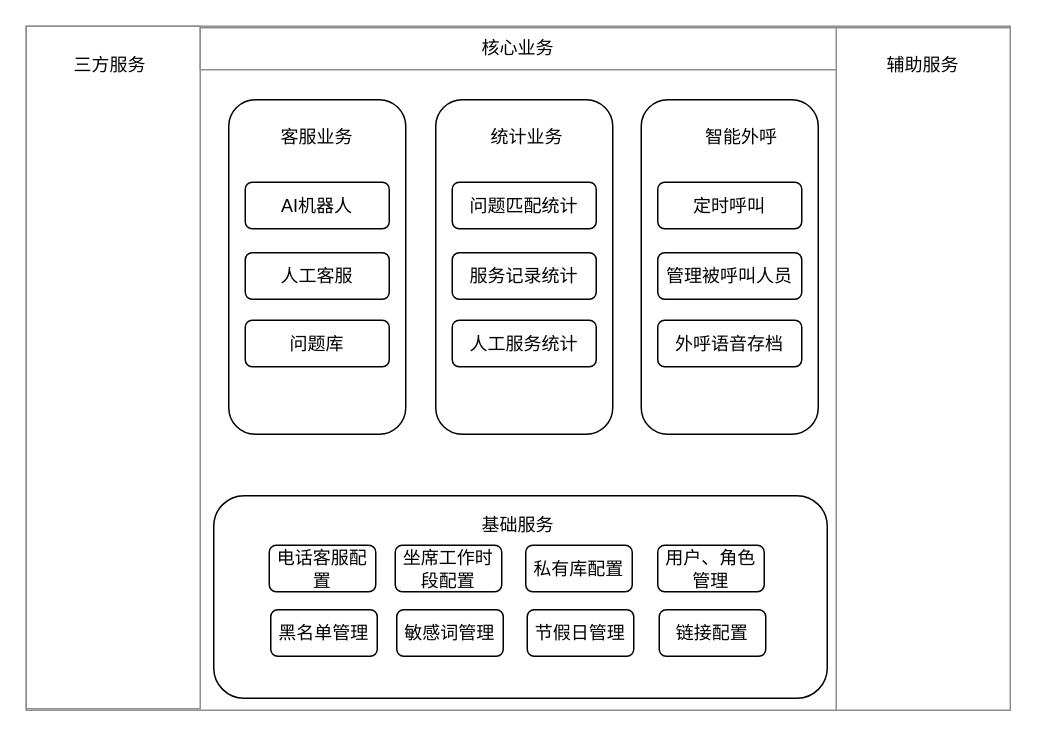
Earlier version of the draw.io diagram 客服业务架构.drawio (ammengke/my-drawio). Source tidied: cells renumbered, new cells numbered last; positions are measured from the earlier drawing's top-left corner, leaving out a move shared by most shapes. Both pictures are drawn from the tidied source at 150%, with x=0, y=0 at pixel (26, 26).
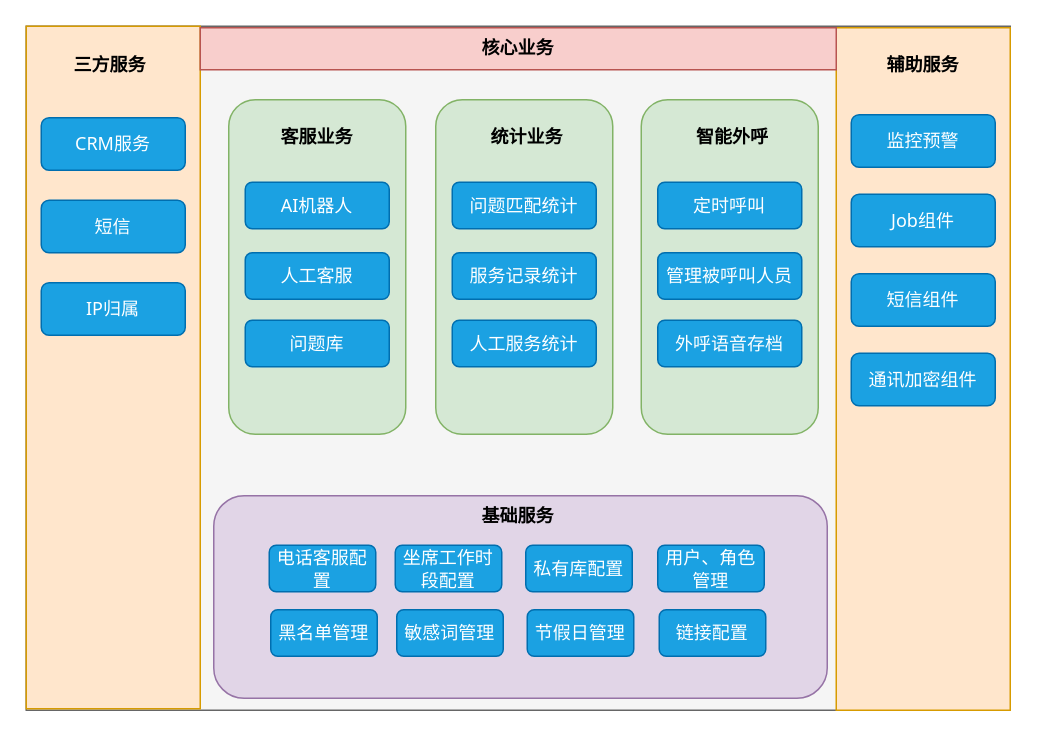
After the change.

Commit message (it also covers changes not shown here):
更新客服业务架构.drawio

Diff of the diagram source:
```diff
@@
-    <mxCell id="2" style="rounded=0;whiteSpace=wrap;html=1;strokeColor=#8F8F8F;" parent="1" vertex="1">
+    <mxCell id="2" style="rounded=0;whiteSpace=wrap;html=1;strokeColor=#666666;fillColor=#f5f5f5;fontColor=#333333;fontFamily=Tahoma;" parent="1" vertex="1">
       <mxGeometry width="656" height="456" as="geometry" />
     </mxCell>
-    <mxCell id="3" style="rounded=0;whiteSpace=wrap;html=1;strokeColor=#8F8F8F;" parent="1" vertex="1">
+    <mxCell id="3" style="rounded=0;whiteSpace=wrap;html=1;strokeColor=#d79b00;fillColor=#ffe6cc;fontFamily=Tahoma;" parent="1" vertex="1">
       <mxGeometry width="116" height="455" as="geometry" />
     </mxCell>
-    <mxCell id="4" style="rounded=0;whiteSpace=wrap;html=1;strokeColor=#8F8F8F;" parent="1" vertex="1">
+    <mxCell id="4" style="rounded=0;whiteSpace=wrap;html=1;strokeColor=#d79b00;fillColor=#ffe6cc;fontFamily=Tahoma;" parent="1" vertex="1">
       <mxGeometry x="540" y="1" width="116" height="455" as="geometry" />
     </mxCell>
-    <mxCell id="5" value="三方服务" style="text;html=1;strokeColor=none;fillColor=none;align=center;verticalAlign=middle;whiteSpace=wrap;rounded=0;" parent="1" vertex="1">
+    <mxCell id="5" value="三方服务" style="text;html=1;strokeColor=none;fillColor=none;align=center;verticalAlign=middle;whiteSpace=wrap;rounded=0;fontStyle=1;fontFamily=Tahoma;" parent="1" vertex="1">
       <mxGeometry x="26" y="11" width="60" height="30" as="geometry" />
     </mxCell>
-    <mxCell id="6" value="辅助服务" style="text;html=1;strokeColor=none;fillColor=none;align=center;verticalAlign=middle;whiteSpace=wrap;rounded=0;" parent="1" vertex="1">
+    <mxCell id="6" value="辅助服务" style="text;html=1;strokeColor=none;fillColor=none;align=center;verticalAlign=middle;whiteSpace=wrap;rounded=0;fontStyle=1;fontFamily=Tahoma;" parent="1" vertex="1">
       <mxGeometry x="568" y="11" width="60" height="30" as="geometry" />
     </mxCell>
-    <mxCell id="7" value="核心业务" style="rounded=0;whiteSpace=wrap;html=1;strokeColor=#8F8F8F;" parent="1" vertex="1">
+    <mxCell id="7" value="核心业务" style="rounded=0;whiteSpace=wrap;html=1;strokeColor=#b85450;fontStyle=1;fillColor=#f8cecc;fontFamily=Tahoma;" parent="1" vertex="1">
       <mxGeometry x="116" y="1" width="424" height="28" as="geometry" />
     </mxCell>
-    <mxCell id="8" style="rounded=1;whiteSpace=wrap;html=1;" parent="1" vertex="1">
+    <mxCell id="8" style="rounded=1;whiteSpace=wrap;html=1;fillColor=#d5e8d4;strokeColor=#82b366;fontFamily=Tahoma;" parent="1" vertex="1">
       <mxGeometry x="135" y="49" width="118" height="223" as="geometry" />
     </mxCell>
-    <mxCell id="9" style="rounded=1;whiteSpace=wrap;html=1;" parent="1" vertex="1">
+    <mxCell id="9" style="rounded=1;whiteSpace=wrap;html=1;fillColor=#d5e8d4;strokeColor=#82b366;fontFamily=Tahoma;" parent="1" vertex="1">
       <mxGeometry x="273" y="49" width="118" height="223" as="geometry" />
     </mxCell>
-    <mxCell id="10" style="rounded=1;whiteSpace=wrap;html=1;" parent="1" vertex="1">
+    <mxCell id="10" style="rounded=1;whiteSpace=wrap;html=1;fillColor=#d5e8d4;strokeColor=#82b366;fontFamily=Tahoma;" parent="1" vertex="1">
       <mxGeometry x="410" y="49" width="118" height="223" as="geometry" />
     </mxCell>
-    <mxCell id="11" style="rounded=1;whiteSpace=wrap;html=1;" parent="1" vertex="1">
+    <mxCell id="11" style="rounded=1;whiteSpace=wrap;html=1;fillColor=#e1d5e7;strokeColor=#9673a6;fontFamily=Tahoma;" parent="1" vertex="1">
       <mxGeometry x="125" y="313" width="409" height="135" as="geometry" />
     </mxCell>
-    <mxCell id="12" value="客服业务" style="text;html=1;strokeColor=none;fillColor=none;align=center;verticalAlign=middle;whiteSpace=wrap;rounded=0;" parent="1" vertex="1">
+    <mxCell id="12" value="客服业务" style="text;html=1;strokeColor=none;fillColor=none;align=center;verticalAlign=middle;whiteSpace=wrap;rounded=0;fontStyle=1;fontFamily=Tahoma;" parent="1" vertex="1">
       <mxGeometry x="164" y="59" width="60" height="30" as="geometry" />
     </mxCell>
-    <mxCell id="13" value="统计业务" style="text;html=1;strokeColor=none;fillColor=none;align=center;verticalAlign=middle;whiteSpace=wrap;rounded=0;" parent="1" vertex="1">
+    <mxCell id="13" value="统计业务" style="text;html=1;strokeColor=none;fillColor=none;align=center;verticalAlign=middle;whiteSpace=wrap;rounded=0;fontStyle=1;fontFamily=Tahoma;" parent="1" vertex="1">
       <mxGeometry x="304" y="59" width="60" height="30" as="geometry" />
     </mxCell>
-    <mxCell id="14" value="智能外呼" style="text;html=1;strokeColor=none;fillColor=none;align=center;verticalAlign=middle;whiteSpace=wrap;rounded=0;" parent="1" vertex="1">
-      <mxGeometry x="447" y="59" width="60" height="30" as="geometry" />
+    <mxCell id="14" value="智能外呼" style="text;html=1;strokeColor=none;fillColor=none;align=center;verticalAlign=middle;whiteSpace=wrap;rounded=0;fontStyle=1;fontFamily=Tahoma;" parent="1" vertex="1">
+      <mxGeometry x="441" y="59" width="60" height="30" as="geometry" />
     </mxCell>
-    <mxCell id="15" value="AI机器人" style="rounded=1;whiteSpace=wrap;html=1;" parent="1" vertex="1">
+    <mxCell id="15" value="AI机器人" style="rounded=1;whiteSpace=wrap;html=1;fillColor=#1ba1e2;fontColor=#ffffff;strokeColor=#006EAF;fontFamily=Tahoma;" parent="1" vertex="1">
       <mxGeometry x="146" y="104" width="96" height="31" as="geometry" />
     </mxCell>
-    <mxCell id="16" value="人工客服" style="rounded=1;whiteSpace=wrap;html=1;" parent="1" vertex="1">
+    <mxCell id="16" value="人工客服" style="rounded=1;whiteSpace=wrap;html=1;fillColor=#1ba1e2;fontColor=#ffffff;strokeColor=#006EAF;fontFamily=Tahoma;" parent="1" vertex="1">
       <mxGeometry x="146" y="151" width="96" height="31" as="geometry" />
     </mxCell>
-    <mxCell id="17" value="问题库" style="rounded=1;whiteSpace=wrap;html=1;" parent="1" vertex="1">
+    <mxCell id="17" value="问题库" style="rounded=1;whiteSpace=wrap;html=1;fillColor=#1ba1e2;fontColor=#ffffff;strokeColor=#006EAF;fontFamily=Tahoma;" parent="1" vertex="1">
       <mxGeometry x="146" y="196" width="96" height="31" as="geometry" />
     </mxCell>
-    <mxCell id="18" value="问题匹配统计" style="rounded=1;whiteSpace=wrap;html=1;" parent="1" vertex="1">
+    <mxCell id="18" value="问题匹配统计" style="rounded=1;whiteSpace=wrap;html=1;fillColor=#1ba1e2;fontColor=#ffffff;strokeColor=#006EAF;fontFamily=Tahoma;" parent="1" vertex="1">
       <mxGeometry x="284" y="104" width="96" height="31" as="geometry" />
     </mxCell>
-    <mxCell id="19" value="服务记录统计" style="rounded=1;whiteSpace=wrap;html=1;" parent="1" vertex="1">
+    <mxCell id="19" value="服务记录统计" style="rounded=1;whiteSpace=wrap;html=1;fillColor=#1ba1e2;fontColor=#ffffff;strokeColor=#006EAF;fontFamily=Tahoma;" parent="1" vertex="1">
       <mxGeometry x="284" y="151" width="96" height="31" as="geometry" />
     </mxCell>
-    <mxCell id="20" value="人工服务统计" style="rounded=1;whiteSpace=wrap;html=1;" parent="1" vertex="1">
+    <mxCell id="20" value="人工服务统计" style="rounded=1;whiteSpace=wrap;html=1;fillColor=#1ba1e2;fontColor=#ffffff;strokeColor=#006EAF;fontFamily=Tahoma;" parent="1" vertex="1">
       <mxGeometry x="284" y="196" width="96" height="31" as="geometry" />
     </mxCell>
-    <mxCell id="21" value="定时呼叫" style="rounded=1;whiteSpace=wrap;html=1;" parent="1" vertex="1">
+    <mxCell id="21" value="定时呼叫" style="rounded=1;whiteSpace=wrap;html=1;fillColor=#1ba1e2;fontColor=#ffffff;strokeColor=#006EAF;fontFamily=Tahoma;" parent="1" vertex="1">
       <mxGeometry x="421" y="104" width="96" height="31" as="geometry" />
     </mxCell>
-    <mxCell id="22" value="管理被呼叫人员" style="rounded=1;whiteSpace=wrap;html=1;" parent="1" vertex="1">
+    <mxCell id="22" value="管理被呼叫人员" style="rounded=1;whiteSpace=wrap;html=1;fillColor=#1ba1e2;fontColor=#ffffff;strokeColor=#006EAF;fontFamily=Tahoma;" parent="1" vertex="1">
       <mxGeometry x="421" y="151" width="96" height="31" as="geometry" />
     </mxCell>
-    <mxCell id="23" value="基础服务" style="text;html=1;strokeColor=none;fillColor=none;align=center;verticalAlign=middle;whiteSpace=wrap;rounded=0;" parent="1" vertex="1">
-      <mxGeometry x="298" y="318" width="60" height="30" as="geometry" />
+    <mxCell id="23" value="基础服务" style="text;html=1;strokeColor=none;fillColor=none;align=center;verticalAlign=middle;whiteSpace=wrap;rounded=0;fontFamily=Tahoma;fontStyle=1;" parent="1" vertex="1">
+      <mxGeometry x="298" y="312" width="60" height="30" as="geometry" />
     </mxCell>
-    <mxCell id="24" value="电话客服配置" style="rounded=1;whiteSpace=wrap;html=1;" parent="1" vertex="1">
+    <mxCell id="24" value="电话客服配置" style="rounded=1;whiteSpace=wrap;html=1;fillColor=#1ba1e2;fontColor=#ffffff;strokeColor=#006EAF;fontFamily=Tahoma;" parent="1" vertex="1">
       <mxGeometry x="162" y="346" width="71" height="31" as="geometry" />
     </mxCell>
-    <mxCell id="25" value="坐席工作时段配置" style="rounded=1;whiteSpace=wrap;html=1;" parent="1" vertex="1">
+    <mxCell id="25" value="坐席工作时段配置" style="rounded=1;whiteSpace=wrap;html=1;fillColor=#1ba1e2;fontColor=#ffffff;strokeColor=#006EAF;fontFamily=Tahoma;" parent="1" vertex="1">
       <mxGeometry x="246" y="346" width="71" height="31" as="geometry" />
     </mxCell>
-    <mxCell id="26" value="私有库配置" style="rounded=1;whiteSpace=wrap;html=1;" parent="1" vertex="1">
+    <mxCell id="26" value="私有库配置" style="rounded=1;whiteSpace=wrap;html=1;fillColor=#1ba1e2;fontColor=#ffffff;strokeColor=#006EAF;fontFamily=Tahoma;" parent="1" vertex="1">
       <mxGeometry x="333" y="346" width="71" height="31" as="geometry" />
     </mxCell>
-    <mxCell id="27" value="用户、角色管理" style="rounded=1;whiteSpace=wrap;html=1;" parent="1" vertex="1">
+    <mxCell id="27" value="用户、角色管理" style="rounded=1;whiteSpace=wrap;html=1;fillColor=#1ba1e2;fontColor=#ffffff;strokeColor=#006EAF;fontFamily=Tahoma;" parent="1" vertex="1">
       <mxGeometry x="421" y="346" width="71" height="31" as="geometry" />
     </mxCell>
-    <mxCell id="28" value="黑名单管理" style="rounded=1;whiteSpace=wrap;html=1;" parent="1" vertex="1">
+    <mxCell id="28" value="黑名单管理" style="rounded=1;whiteSpace=wrap;html=1;fillColor=#1ba1e2;fontColor=#ffffff;strokeColor=#006EAF;fontFamily=Tahoma;" parent="1" vertex="1">
       <mxGeometry x="163" y="389" width="71" height="31" as="geometry" />
     </mxCell>
-    <mxCell id="29" value="敏感词管理" style="rounded=1;whiteSpace=wrap;html=1;" parent="1" vertex="1">
+    <mxCell id="29" value="敏感词管理" style="rounded=1;whiteSpace=wrap;html=1;fillColor=#1ba1e2;fontColor=#ffffff;strokeColor=#006EAF;fontFamily=Tahoma;" parent="1" vertex="1">
       <mxGeometry x="247" y="389" width="71" height="31" as="geometry" />
     </mxCell>
-    <mxCell id="30" value="节假日管理" style="rounded=1;whiteSpace=wrap;html=1;" parent="1" vertex="1">
+    <mxCell id="30" value="节假日管理" style="rounded=1;whiteSpace=wrap;html=1;fillColor=#1ba1e2;fontColor=#ffffff;strokeColor=#006EAF;fontFamily=Tahoma;" parent="1" vertex="1">
       <mxGeometry x="334" y="389" width="71" height="31" as="geometry" />
     </mxCell>
-    <mxCell id="31" value="链接配置" style="rounded=1;whiteSpace=wrap;html=1;" parent="1" vertex="1">
+    <mxCell id="31" value="链接配置" style="rounded=1;whiteSpace=wrap;html=1;fillColor=#1ba1e2;fontColor=#ffffff;strokeColor=#006EAF;fontFamily=Tahoma;" parent="1" vertex="1">
       <mxGeometry x="422" y="389" width="71" height="31" as="geometry" />
     </mxCell>
-    <mxCell id="32" value="外呼语音存档" style="rounded=1;whiteSpace=wrap;html=1;" parent="1" vertex="1">
+    <mxCell id="32" value="外呼语音存档" style="rounded=1;whiteSpace=wrap;html=1;fillColor=#1ba1e2;fontColor=#ffffff;strokeColor=#006EAF;fontFamily=Tahoma;" parent="1" vertex="1">
       <mxGeometry x="421" y="196" width="96" height="31" as="geometry" />
     </mxCell>
+    <mxCell id="33" value="CRM服务" style="rounded=1;whiteSpace=wrap;html=1;fillColor=#1ba1e2;fontColor=#ffffff;strokeColor=#006EAF;fontFamily=Tahoma;" parent="1" vertex="1">
+      <mxGeometry x="10" y="61" width="96" height="35" as="geometry" />
+    </mxCell>
+    <mxCell id="34" value="短信" style="rounded=1;whiteSpace=wrap;html=1;fillColor=#1ba1e2;fontColor=#ffffff;strokeColor=#006EAF;fontFamily=Tahoma;" parent="1" vertex="1">
+      <mxGeometry x="10" y="116" width="96" height="35" as="geometry" />
+    </mxCell>
+    <mxCell id="35" value="IP归属" style="rounded=1;whiteSpace=wrap;html=1;fillColor=#1ba1e2;fontColor=#ffffff;strokeColor=#006EAF;fontFamily=Tahoma;" parent="1" vertex="1">
+      <mxGeometry x="10" y="171" width="96" height="35" as="geometry" />
+    </mxCell>
+    <mxCell id="36" value="监控预警" style="rounded=1;whiteSpace=wrap;html=1;fillColor=#1ba1e2;fontColor=#ffffff;strokeColor=#006EAF;fontFamily=Tahoma;" parent="1" vertex="1">
+      <mxGeometry x="550" y="59" width="96" height="35" as="geometry" />
+    </mxCell>
+    <mxCell id="37" value="Job组件" style="rounded=1;whiteSpace=wrap;html=1;fillColor=#1ba1e2;fontColor=#ffffff;strokeColor=#006EAF;fontFamily=Tahoma;" parent="1" vertex="1">
+      <mxGeometry x="550" y="112" width="96" height="35" as="geometry" />
+    </mxCell>
+    <mxCell id="38" value="短信组件" style="rounded=1;whiteSpace=wrap;html=1;fillColor=#1ba1e2;fontColor=#ffffff;strokeColor=#006EAF;fontFamily=Tahoma;" parent="1" vertex="1">
+      <mxGeometry x="550" y="165" width="96" height="35" as="geometry" />
+    </mxCell>
+    <mxCell id="39" value="通讯加密组件" style="rounded=1;whiteSpace=wrap;html=1;fillColor=#1ba1e2;fontColor=#ffffff;strokeColor=#006EAF;fontFamily=Tahoma;" parent="1" vertex="1">
+      <mxGeometry x="550" y="218" width="96" height="35" as="geometry" />
+    </mxCell>
```
